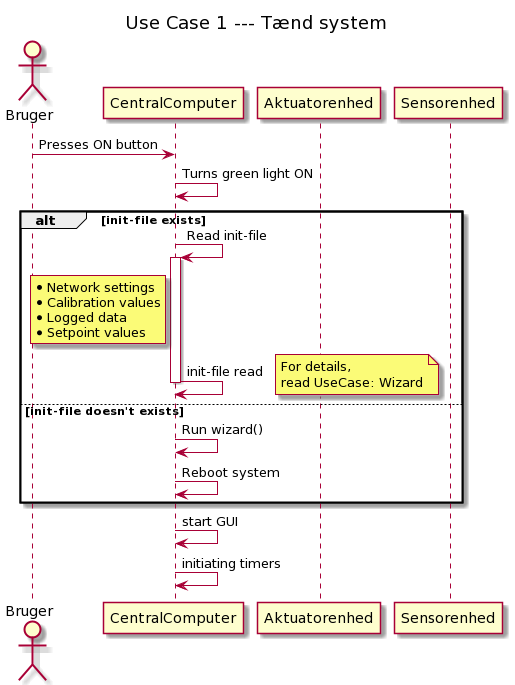
This is Strukturering/System/Usecases/UseCase1_Taend_system.png from Solvgraa-mager/E4PRJ4, a PlantUML export, as it was before one commit. The source it was exported from:
```plantuml
@startuml
title: Use Case 1 --- Tænd system

actor Bruger
participant CentralComputer
participant Aktuatorenhed
participant Sensorenhed

Bruger -> CentralComputer: Presses ON button
CentralComputer -> CentralComputer: Turns green light ON
alt init-file exists
    CentralComputer -> CentralComputer: Read init-file
    activate CentralComputer
    rnote left CentralComputer
    * Network settings
    * Calibration values
    * Logged data
    * Setpoint values
    endrnote
    CentralComputer -> CentralComputer: init-file read
    note right
    For details,
    read UseCase: Wizard
    end note
    deactivate CentralComputer
else init-file doesn't exists
    CentralComputer -> CentralComputer: Run wizard()
    CentralComputer -> CentralComputer: Reboot system
end

CentralComputer -> CentralComputer: start GUI
CentralComputer -> CentralComputer: initiating timers
@enduml
```
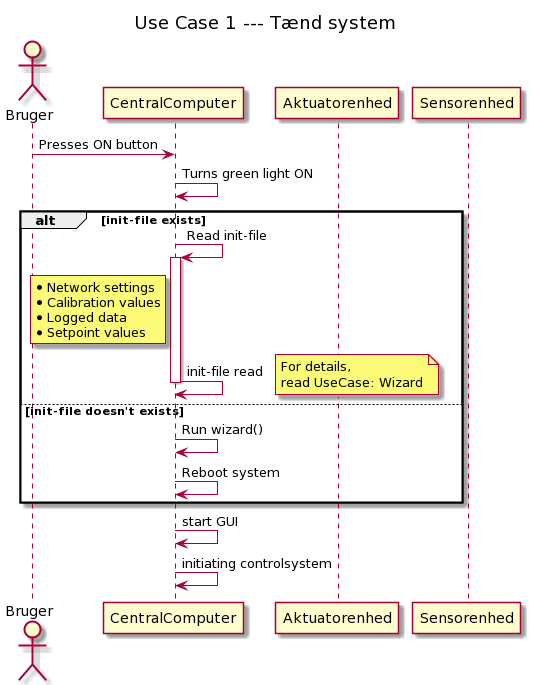
After the commit.

Diff of the diagram source:
```diff
@@ -29,5 +29,5 @@
 end
 
 CentralComputer -> CentralComputer: start GUI
-CentralComputer -> CentralComputer: initiating timers
+CentralComputer -> CentralComputer: initiating controlsystem
 @enduml
```
